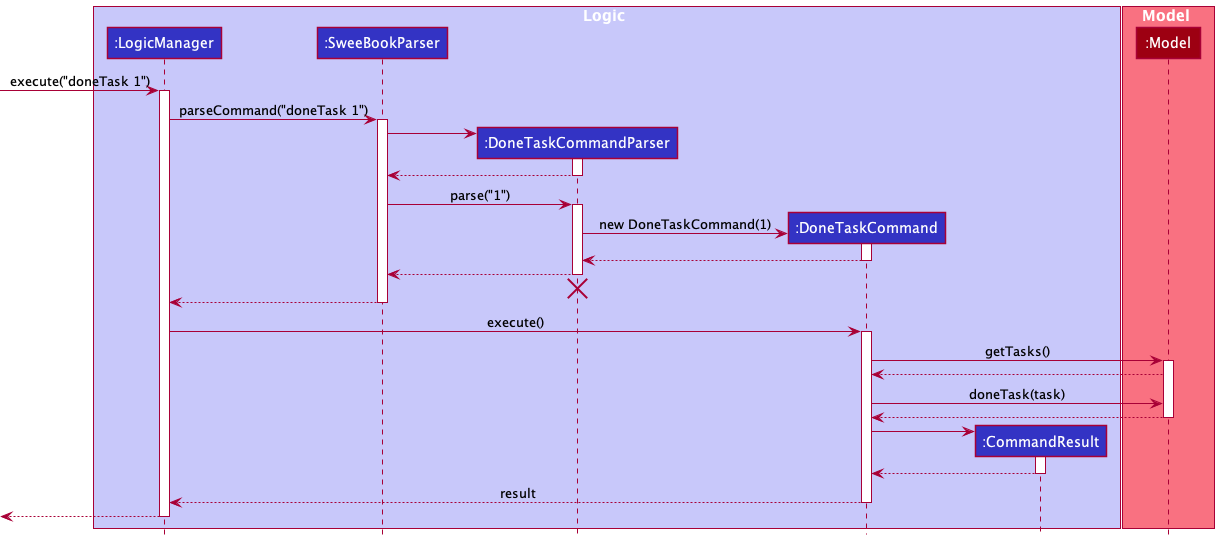
This is docs/images/DoneTaskSequenceDiagram.png from zhenxuantan/tp, a PlantUML export, as it was before one commit.
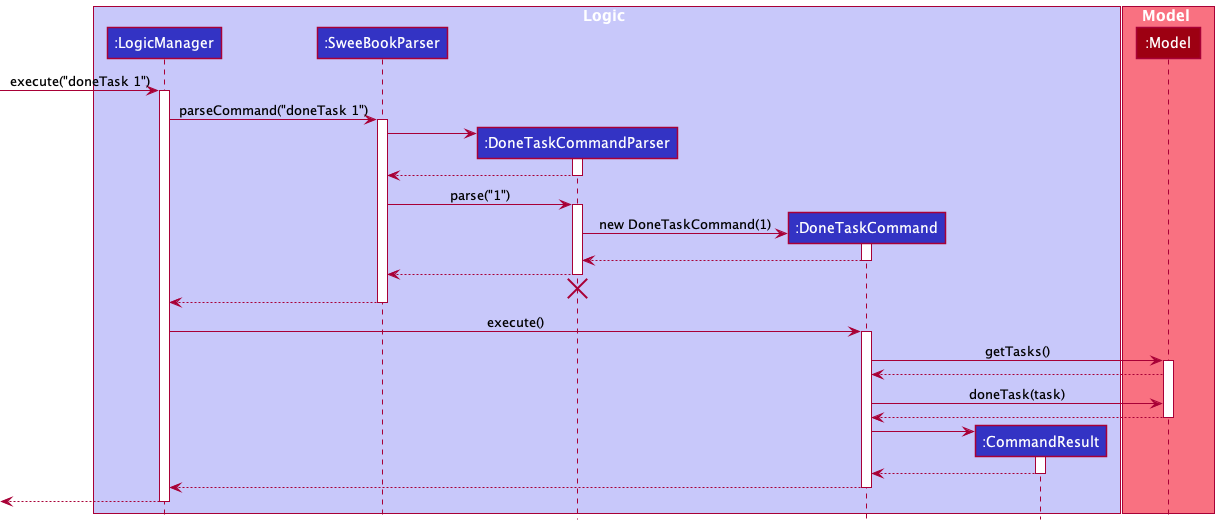
Above is the later version.

The edit, as a diff of the source:
```diff
@@ -65,7 +65,7 @@
 CommandResult --> DoneTaskCommand
 deactivate CommandResult
 
-DoneTaskCommand --> LogicManager : result
+DoneTaskCommand --> LogicManager :
 deactivate DoneTaskCommand
 
 [<--LogicManager
```
